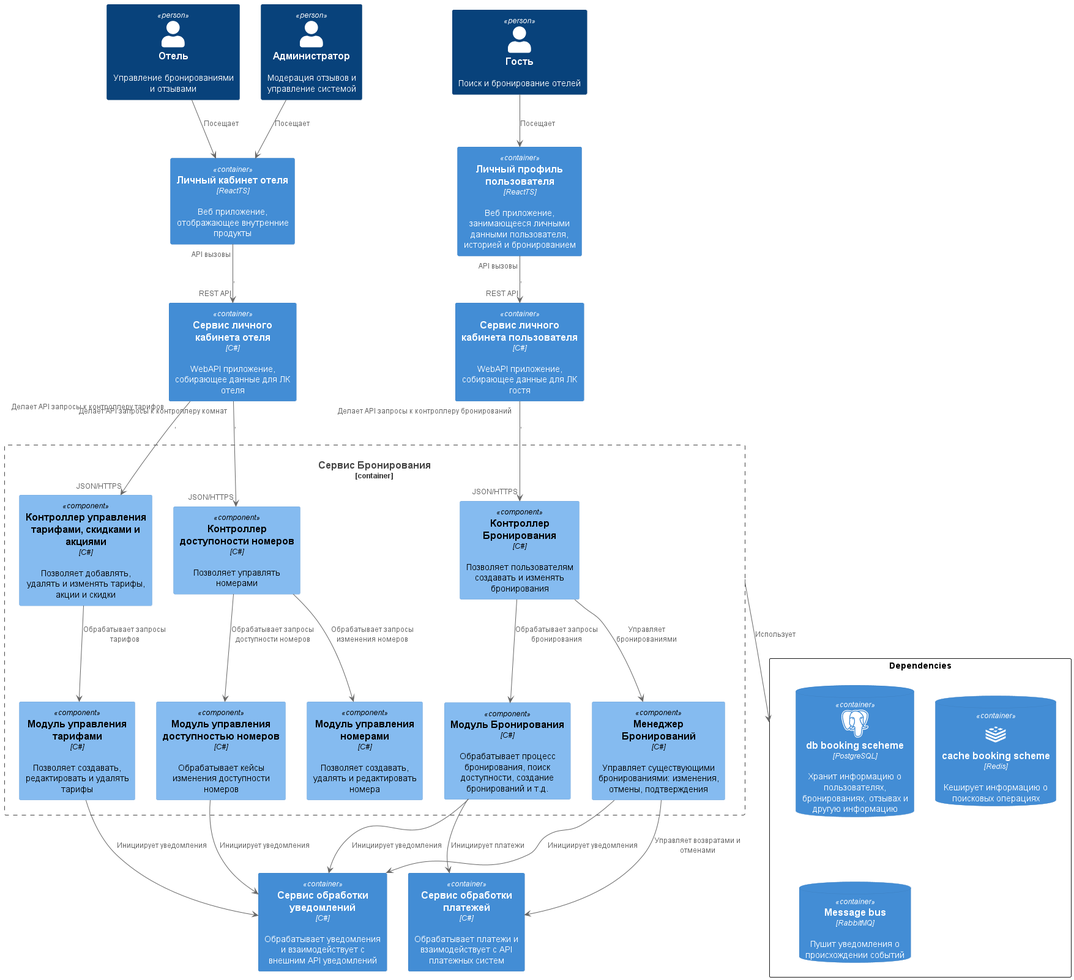
This is out/C4/3_component [Booking]/3_component [Booking].png from GornikMaria/SoftwareDevelopmentTechnology, a PlantUML export, as it was before one commit.
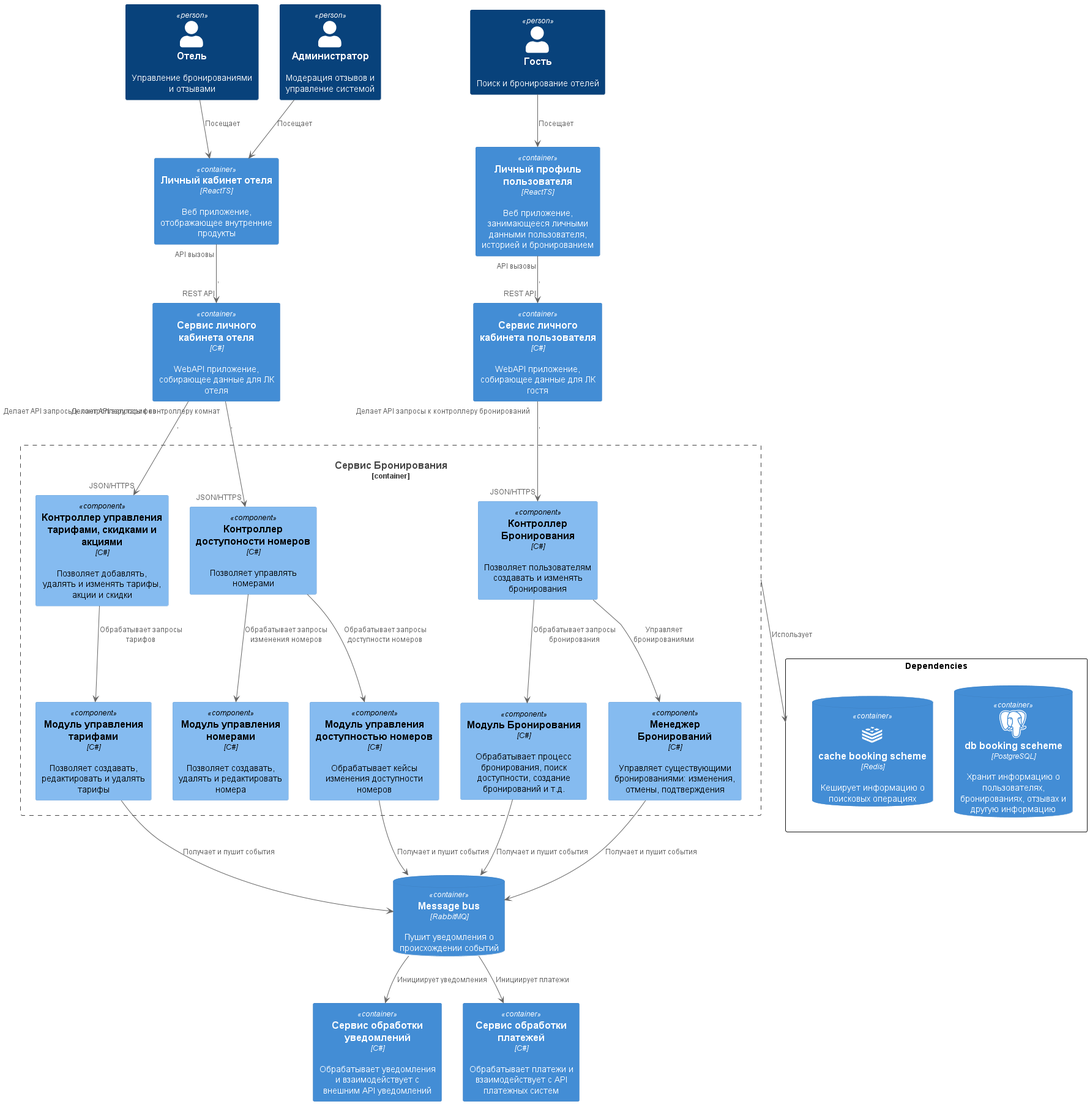
Above is the later version.

What changed in the source:
```diff
@@ -39,6 +39,7 @@
         Component(bookingEngine, "Модуль Бронирования", "C#", "Обрабатывает процесс бронирования, поиск доступности, создание бронирований и т.д.")
         Component(reservationManager, "Менеджер Бронирований", "C#", "Управляет существующими бронированиями: изменения, отмены, подтверждения")
 }
+ContainerDb(rabbit, "Message bus", "RabbitMQ", "Пушит уведомления о происхождении событий")
 
 extranetService --> ratePlansController : "Делает API запросы к контроллеру тарифов", "JSON/HTTPS"
 extranetService --> roomManagementController : "Делает API запросы к контроллеру комнат", "JSON/HTTPS"
@@ -60,16 +61,15 @@
 rectangle "Dependencies" as dependencies {
     ContainerDb(postgres, "db booking sceheme", "PostgreSQL", "Хранит информацию о пользователях, бронированиях, отзывах и другую информацию", $sprite="postgresql")
     ContainerDb(redis, "cache booking scheme", "Redis", "Кеширует информацию о поисковых операциях", $sprite="redis")
-    ContainerDb(rabbit, "Message bus", "RabbitMQ", "Пушит уведомления о происхождении событий")
 }
-
 bookingService_container --> dependencies : "Использует"
 
-ratePlansManager --> notificationServiceFacade : "Инициирует уведомления"
-roomAvailabilityManager --> notificationServiceFacade : "Инициирует уведомления"
-bookingEngine --> notificationServiceFacade : "Инициирует уведомления"
-bookingEngine --> paymentAPIFacade : "Инициирует платежи"
-reservationManager --> notificationServiceFacade : "Инициирует уведомления"
-reservationManager --> paymentAPIFacade : "Управляет возвратами и отменами"
+ratePlansManager --> rabbit : "Получает и пушит события"
+roomAvailabilityManager --> rabbit : "Получает и пушит события"
+bookingEngine --> rabbit : "Получает и пушит события"
+reservationManager -->  rabbit : "Получает и пушит события"
+
+rabbit --> notificationServiceFacade : "Инициирует уведомления"
+rabbit --> paymentAPIFacade : "Инициирует платежи"
 
 @enduml
```
